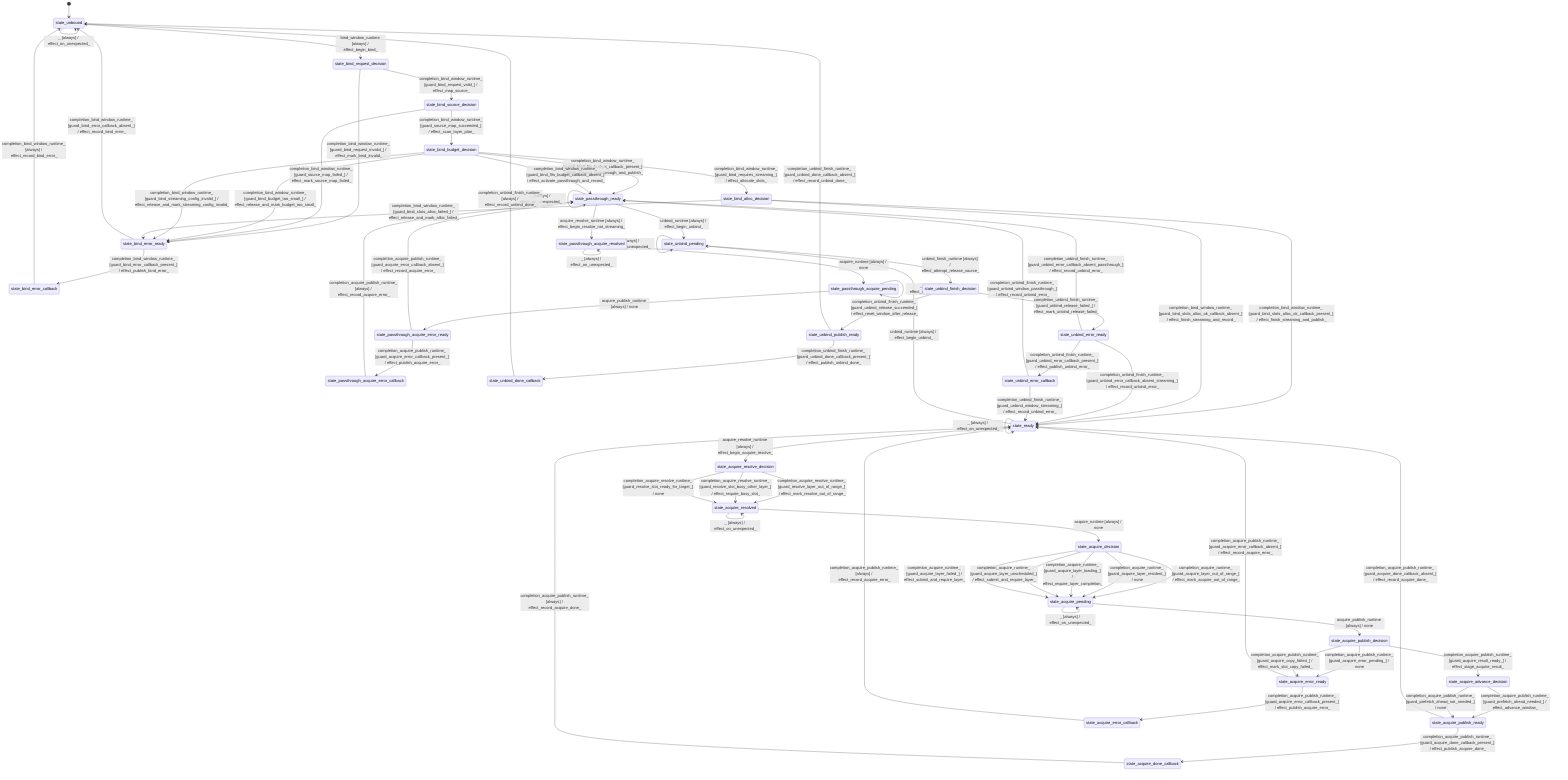
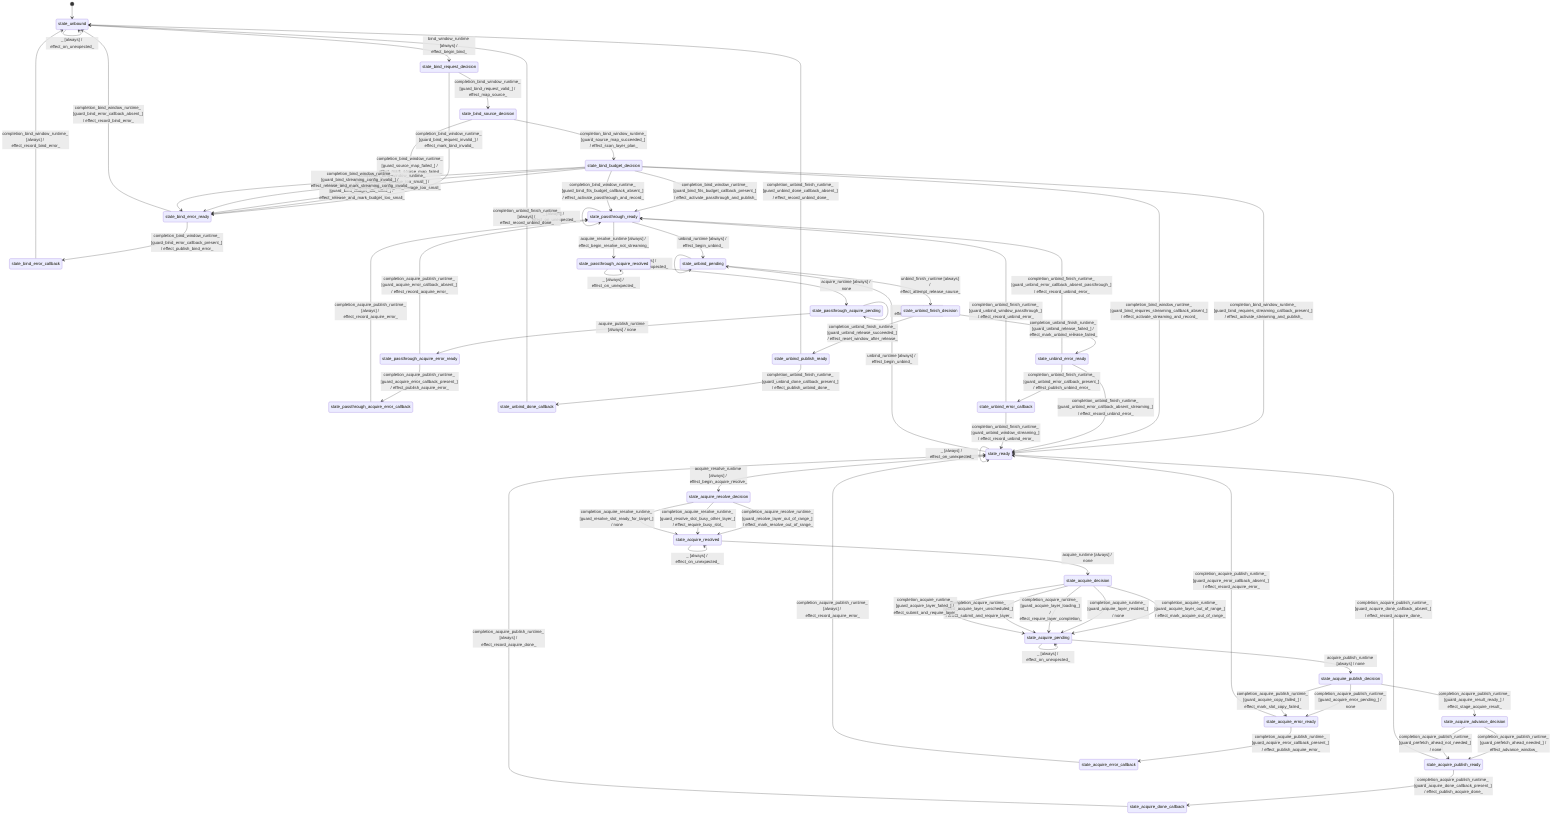
stateDiagram-v2
  direction TB
  [*] --> state_unbound
  state_unbound --> state_bind_request_decision : bind_window_runtime [always] / effect_begin_bind_
  state_bind_request_decision --> state_bind_source_decision : completion_bind_window_runtime_ [guard_bind_request_valid_] / effect_map_source_
  state_bind_request_decision --> state_bind_error_ready : completion_bind_window_runtime_ [guard_bind_request_invalid_] / effect_mark_bind_invalid_
  state_bind_source_decision --> state_bind_budget_decision : completion_bind_window_runtime_ [guard_source_map_succeeded_] / effect_scan_layer_plan_
  state_bind_source_decision --> state_bind_error_ready : completion_bind_window_runtime_ [guard_source_map_failed_] / effect_mark_source_map_failed_
  state_bind_budget_decision --> state_passthrough_ready : completion_bind_window_runtime_ [guard_bind_fits_budget_callback_present_] / effect_activate_passthrough_and_publish_
  state_bind_budget_decision --> state_passthrough_ready : completion_bind_window_runtime_ [guard_bind_fits_budget_callback_absent_] / effect_activate_passthrough_and_record_
-   state_bind_budget_decision --> state_bind_alloc_decision : completion_bind_window_runtime_ [guard_bind_requires_streaming_] / effect_allocate_slots_
+   state_bind_budget_decision --> state_ready : completion_bind_window_runtime_ [guard_bind_requires_streaming_callback_present_] / effect_activate_streaming_and_publish_
+   state_bind_budget_decision --> state_ready : completion_bind_window_runtime_ [guard_bind_requires_streaming_callback_absent_] / effect_activate_streaming_and_record_
  state_bind_budget_decision --> state_bind_error_ready : completion_bind_window_runtime_ [guard_bind_budget_too_small_] / effect_release_and_mark_budget_too_small_
+   state_bind_budget_decision --> state_bind_error_ready : completion_bind_window_runtime_ [guard_bind_slot_storage_too_small_] / effect_release_and_mark_slot_storage_too_small_
  state_bind_budget_decision --> state_bind_error_ready : completion_bind_window_runtime_ [guard_bind_streaming_config_invalid_] / effect_release_and_mark_streaming_config_invalid_
-   state_bind_alloc_decision --> state_ready : completion_bind_window_runtime_ [guard_bind_slots_alloc_ok_callback_present_] / effect_finish_streaming_and_publish_
-   state_bind_alloc_decision --> state_ready : completion_bind_window_runtime_ [guard_bind_slots_alloc_ok_callback_absent_] / effect_finish_streaming_and_record_
-   state_bind_alloc_decision --> state_bind_error_ready : completion_bind_window_runtime_ [guard_bind_slots_alloc_failed_] / effect_release_and_mark_alloc_failed_
  state_bind_error_ready --> state_bind_error_callback : completion_bind_window_runtime_ [guard_bind_error_callback_present_] / effect_publish_bind_error_
  state_bind_error_ready --> state_unbound : completion_bind_window_runtime_ [guard_bind_error_callback_absent_] / effect_record_bind_error_
  state_bind_error_callback --> state_unbound : completion_bind_window_runtime_ [always] / effect_record_bind_error_
  state_ready --> state_ready : bind_window_runtime [guard_bind_error_callback_present_] / effect_mark_already_bound_and_publish_
  state_ready --> state_ready : bind_window_runtime [guard_bind_error_callback_absent_] / effect_mark_bind_already_bound_
  state_passthrough_ready --> state_passthrough_ready : bind_window_runtime [guard_bind_error_callback_present_] / effect_mark_already_bound_and_publish_
  state_passthrough_ready --> state_passthrough_ready : bind_window_runtime [guard_bind_error_callback_absent_] / effect_mark_bind_already_bound_
  state_ready --> state_acquire_resolve_decision : acquire_resolve_runtime [always] / effect_begin_acquire_resolve_
  state_acquire_resolve_decision --> state_acquire_resolved : completion_acquire_resolve_runtime_ [guard_resolve_layer_out_of_range_] / effect_mark_resolve_out_of_range_
  state_acquire_resolve_decision --> state_acquire_resolved : completion_acquire_resolve_runtime_ [guard_resolve_slot_busy_other_layer_] / effect_require_busy_slot_
  state_acquire_resolve_decision --> state_acquire_resolved : completion_acquire_resolve_runtime_ [guard_resolve_slot_ready_for_target_] / none
  state_acquire_resolved --> state_acquire_resolved : completion [always] / effect_commit_slot_load_
  state_acquire_resolved --> state_acquire_decision : acquire_runtime [always] / none
  state_acquire_decision --> state_acquire_pending : completion_acquire_runtime_ [guard_acquire_layer_out_of_range_] / effect_mark_acquire_out_of_range_
  state_acquire_decision --> state_acquire_pending : completion_acquire_runtime_ [guard_acquire_layer_resident_] / none
  state_acquire_decision --> state_acquire_pending : completion_acquire_runtime_ [guard_acquire_layer_loading_] / effect_require_layer_completion_
  state_acquire_decision --> state_acquire_pending : completion_acquire_runtime_ [guard_acquire_layer_unscheduled_] / effect_submit_and_require_layer_
  state_acquire_decision --> state_acquire_pending : completion_acquire_runtime_ [guard_acquire_layer_failed_] / effect_submit_and_require_layer_
  state_acquire_pending --> state_acquire_publish_decision : acquire_publish_runtime [always] / none
  state_acquire_publish_decision --> state_acquire_advance_decision : completion_acquire_publish_runtime_ [guard_acquire_result_ready_] / effect_stage_acquire_result_
  state_acquire_publish_decision --> state_acquire_error_ready : completion_acquire_publish_runtime_ [guard_acquire_error_pending_] / none
  state_acquire_publish_decision --> state_acquire_error_ready : completion_acquire_publish_runtime_ [guard_acquire_copy_failed_] / effect_mark_slot_copy_failed_
  state_acquire_advance_decision --> state_acquire_publish_ready : completion_acquire_publish_runtime_ [guard_prefetch_ahead_needed_] / effect_advance_window_
  state_acquire_advance_decision --> state_acquire_publish_ready : completion_acquire_publish_runtime_ [guard_prefetch_ahead_not_needed_] / none
  state_acquire_publish_ready --> state_acquire_done_callback : completion_acquire_publish_runtime_ [guard_acquire_done_callback_present_] / effect_publish_acquire_done_
  state_acquire_publish_ready --> state_ready : completion_acquire_publish_runtime_ [guard_acquire_done_callback_absent_] / effect_record_acquire_done_
  state_acquire_done_callback --> state_ready : completion_acquire_publish_runtime_ [always] / effect_record_acquire_done_
  state_acquire_error_ready --> state_acquire_error_callback : completion_acquire_publish_runtime_ [guard_acquire_error_callback_present_] / effect_publish_acquire_error_
  state_acquire_error_ready --> state_ready : completion_acquire_publish_runtime_ [guard_acquire_error_callback_absent_] / effect_record_acquire_error_
  state_acquire_error_callback --> state_ready : completion_acquire_publish_runtime_ [always] / effect_record_acquire_error_
  state_passthrough_ready --> state_passthrough_acquire_resolved : acquire_resolve_runtime [always] / effect_begin_resolve_not_streaming_
  state_passthrough_acquire_resolved --> state_passthrough_acquire_pending : acquire_runtime [always] / none
  state_passthrough_acquire_pending --> state_passthrough_acquire_error_ready : acquire_publish_runtime [always] / none
  state_passthrough_acquire_error_ready --> state_passthrough_acquire_error_callback : completion_acquire_publish_runtime_ [guard_acquire_error_callback_present_] / effect_publish_acquire_error_
  state_passthrough_acquire_error_ready --> state_passthrough_ready : completion_acquire_publish_runtime_ [guard_acquire_error_callback_absent_] / effect_record_acquire_error_
  state_passthrough_acquire_error_callback --> state_passthrough_ready : completion_acquire_publish_runtime_ [always] / effect_record_acquire_error_
  state_unbound --> state_unbound : acquire_resolve_runtime [always] / effect_begin_resolve_not_bound_
  state_unbound --> state_unbound : acquire_runtime [always] / none
  state_unbound --> state_unbound : acquire_publish_runtime [guard_acquire_error_callback_present_] / effect_publish_acquire_error_
  state_unbound --> state_unbound : acquire_publish_runtime [guard_acquire_error_callback_absent_] / effect_record_acquire_error_
  state_ready --> state_ready : completion [always] / effect_commit_slot_load_
  state_acquire_pending --> state_acquire_pending : completion [always] / effect_commit_slot_load_
  state_unbind_pending --> state_unbind_pending : completion [always] / effect_commit_slot_load_
  state_passthrough_ready --> state_passthrough_ready : completion [always] / effect_record_stray_completion_
  state_unbound --> state_unbound : completion [always] / effect_record_stray_completion_
  state_ready --> state_unbind_pending : unbind_runtime [always] / effect_begin_unbind_
  state_passthrough_ready --> state_unbind_pending : unbind_runtime [always] / effect_begin_unbind_
  state_unbind_pending --> state_unbind_finish_decision : unbind_finish_runtime [always] / effect_attempt_release_source_
  state_unbind_finish_decision --> state_unbind_publish_ready : completion_unbind_finish_runtime_ [guard_unbind_release_succeeded_] / effect_reset_window_after_release_
  state_unbind_finish_decision --> state_unbind_error_ready : completion_unbind_finish_runtime_ [guard_unbind_release_failed_] / effect_mark_unbind_release_failed_
  state_unbind_publish_ready --> state_unbind_done_callback : completion_unbind_finish_runtime_ [guard_unbind_done_callback_present_] / effect_publish_unbind_done_
  state_unbind_publish_ready --> state_unbound : completion_unbind_finish_runtime_ [guard_unbind_done_callback_absent_] / effect_record_unbind_done_
  state_unbind_done_callback --> state_unbound : completion_unbind_finish_runtime_ [always] / effect_record_unbind_done_
  state_unbind_error_ready --> state_unbind_error_callback : completion_unbind_finish_runtime_ [guard_unbind_error_callback_present_] / effect_publish_unbind_error_
  state_unbind_error_ready --> state_ready : completion_unbind_finish_runtime_ [guard_unbind_error_callback_absent_streaming_] / effect_record_unbind_error_
  state_unbind_error_ready --> state_passthrough_ready : completion_unbind_finish_runtime_ [guard_unbind_error_callback_absent_passthrough_] / effect_record_unbind_error_
  state_unbind_error_callback --> state_ready : completion_unbind_finish_runtime_ [guard_unbind_window_streaming_] / effect_record_unbind_error_
  state_unbind_error_callback --> state_passthrough_ready : completion_unbind_finish_runtime_ [guard_unbind_window_passthrough_] / effect_record_unbind_error_
  state_unbound --> state_unbound : unbind_runtime [always] / effect_mark_unbind_not_bound_
  state_unbound --> state_unbound : unbind_finish_runtime [guard_unbind_error_callback_present_] / effect_publish_unbind_error_
  state_unbound --> state_unbound : unbind_finish_runtime [guard_unbind_error_callback_absent_] / effect_record_unbind_error_
  state_unbound --> state_unbound : _ [always] / effect_on_unexpected_
  state_ready --> state_ready : _ [always] / effect_on_unexpected_
  state_passthrough_ready --> state_passthrough_ready : _ [always] / effect_on_unexpected_
  state_acquire_resolved --> state_acquire_resolved : _ [always] / effect_on_unexpected_
  state_passthrough_acquire_resolved --> state_passthrough_acquire_resolved : _ [always] / effect_on_unexpected_
  state_acquire_pending --> state_acquire_pending : _ [always] / effect_on_unexpected_
  state_passthrough_acquire_pending --> state_passthrough_acquire_pending : _ [always] / effect_on_unexpected_
  state_unbind_pending --> state_unbind_pending : _ [always] / effect_on_unexpected_
